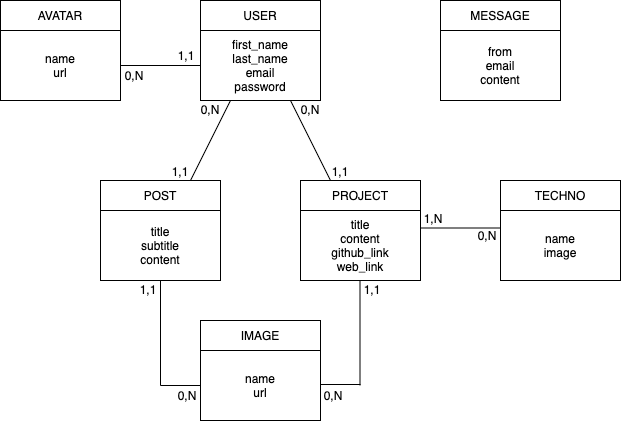
Above: api/docs/MCD.png in BenjaminChoron/fullstack-project (draw.io), before the change. Source tidied: cells renumbered, new cells last; positions are measured from the earlier drawing's top-left corner, leaving out a move shared by most shapes. The source it was exported from:
```xml
<mxGraphModel>
  <root>
    <mxCell id="0" />
    <mxCell id="1" parent="0" />
    <mxCell id="2" style="group;" parent="1" vertex="1">
      <mxGeometry x="200" width="120" height="100" as="geometry" />
    </mxCell>
    <mxCell id="3" value="USER" style="rounded=0;whiteSpace=wrap;html=1;" parent="2" vertex="1">
      <mxGeometry width="120" height="30" as="geometry" />
    </mxCell>
    <mxCell id="4" value="first_name&lt;br&gt;last_name&lt;br&gt;email&lt;br&gt;password" style="rounded=0;whiteSpace=wrap;html=1;" parent="2" vertex="1">
      <mxGeometry y="30" width="120" height="70" as="geometry" />
    </mxCell>
    <mxCell id="5" style="group;" parent="1" vertex="1">
      <mxGeometry x="100" y="180" width="120" height="100" as="geometry" />
    </mxCell>
    <mxCell id="6" value="POST" style="rounded=0;whiteSpace=wrap;html=1;" parent="5" vertex="1">
      <mxGeometry width="120" height="30" as="geometry" />
    </mxCell>
    <mxCell id="7" value="title&lt;br&gt;subtitle&lt;br&gt;content" style="rounded=0;whiteSpace=wrap;html=1;" parent="5" vertex="1">
      <mxGeometry y="30" width="120" height="70" as="geometry" />
    </mxCell>
    <mxCell id="8" style="group;" parent="1" vertex="1">
      <mxGeometry x="300" y="180" width="120" height="100" as="geometry" />
    </mxCell>
    <mxCell id="9" value="PROJECT" style="rounded=0;whiteSpace=wrap;html=1;" parent="8" vertex="1">
      <mxGeometry width="120" height="30" as="geometry" />
    </mxCell>
    <mxCell id="10" value="title&lt;br&gt;content&lt;br&gt;github_link&lt;br&gt;web_link" style="rounded=0;whiteSpace=wrap;html=1;" parent="8" vertex="1">
      <mxGeometry y="30" width="120" height="70" as="geometry" />
    </mxCell>
    <mxCell id="11" style="group;" parent="1" vertex="1">
      <mxGeometry x="500" y="180" width="120" height="100" as="geometry" />
    </mxCell>
    <mxCell id="12" value="TECHNO" style="rounded=0;whiteSpace=wrap;html=1;" parent="11" vertex="1">
      <mxGeometry width="120" height="30" as="geometry" />
    </mxCell>
    <mxCell id="13" value="name&lt;br&gt;image" style="rounded=0;whiteSpace=wrap;html=1;" parent="11" vertex="1">
      <mxGeometry y="30" width="120" height="70" as="geometry" />
    </mxCell>
    <mxCell id="14" style="group;" parent="1" vertex="1">
      <mxGeometry x="200" y="320" width="120" height="100" as="geometry" />
    </mxCell>
    <mxCell id="15" value="IMAGE" style="rounded=0;whiteSpace=wrap;html=1;" parent="14" vertex="1">
      <mxGeometry width="120" height="30" as="geometry" />
    </mxCell>
    <mxCell id="16" value="name&lt;br&gt;url" style="rounded=0;whiteSpace=wrap;html=1;" parent="14" vertex="1">
      <mxGeometry y="30" width="120" height="70" as="geometry" />
    </mxCell>
    <mxCell id="17" style="group;" parent="1" vertex="1">
      <mxGeometry width="120" height="100" as="geometry" />
    </mxCell>
    <mxCell id="18" value="AVATAR" style="rounded=0;whiteSpace=wrap;html=1;" parent="17" vertex="1">
      <mxGeometry width="120" height="30" as="geometry" />
    </mxCell>
    <mxCell id="19" value="name&lt;br&gt;url" style="rounded=0;whiteSpace=wrap;html=1;" parent="17" vertex="1">
      <mxGeometry y="30" width="120" height="70" as="geometry" />
    </mxCell>
    <mxCell id="20" style="group;" parent="1" vertex="1">
      <mxGeometry x="440" width="120" height="100" as="geometry" />
    </mxCell>
    <mxCell id="21" value="MESSAGE" style="rounded=0;whiteSpace=wrap;html=1;" parent="20" vertex="1">
      <mxGeometry width="120" height="30" as="geometry" />
    </mxCell>
    <mxCell id="22" value="from&lt;br&gt;email&lt;br&gt;content" style="rounded=0;whiteSpace=wrap;html=1;" parent="20" vertex="1">
      <mxGeometry y="30" width="120" height="70" as="geometry" />
    </mxCell>
    <mxCell id="23" style="endArrow=none;html=1;exitX=0.75;exitY=0;exitDx=0;exitDy=0;entryX=0.25;entryY=1;entryDx=0;entryDy=0;" parent="1" edge="1" source="6" target="4">
      <mxGeometry relative="1" as="geometry" />
    </mxCell>
    <mxCell id="24" style="endArrow=none;html=1;exitX=0.25;exitY=0;exitDx=0;exitDy=0;entryX=0.75;entryY=1;entryDx=0;entryDy=0;" parent="1" edge="1" source="9" target="4">
      <mxGeometry relative="1" as="geometry" />
    </mxCell>
    <mxCell id="25" style="endArrow=none;html=1;exitX=1;exitY=0.25;exitDx=0;exitDy=0;entryX=0;entryY=0.25;entryDx=0;entryDy=0;" parent="1" edge="1" source="10" target="13">
      <mxGeometry relative="1" as="geometry" />
    </mxCell>
    <mxCell id="26" style="endArrow=none;html=1;entryX=0.5;entryY=1;entryDx=0;entryDy=0;" parent="1" edge="1" target="7">
      <mxGeometry relative="1" as="geometry">
        <mxPoint x="160" y="385" as="sourcePoint" />
      </mxGeometry>
    </mxCell>
    <mxCell id="27" style="endArrow=none;html=1;entryX=0;entryY=0.5;entryDx=0;entryDy=0;" parent="1" edge="1" target="16">
      <mxGeometry relative="1" as="geometry">
        <mxPoint x="160" y="385" as="sourcePoint" />
      </mxGeometry>
    </mxCell>
    <mxCell id="28" style="endArrow=none;html=1;entryX=0.5;entryY=1;entryDx=0;entryDy=0;" parent="1" edge="1">
      <mxGeometry relative="1" as="geometry">
        <mxPoint x="359.5" y="385" as="sourcePoint" />
        <mxPoint x="359.5" y="280" as="targetPoint" />
      </mxGeometry>
    </mxCell>
    <mxCell id="29" style="endArrow=none;html=1;entryX=0;entryY=0.5;entryDx=0;entryDy=0;" parent="1" edge="1">
      <mxGeometry relative="1" as="geometry">
        <mxPoint x="320" y="384" as="sourcePoint" />
        <mxPoint x="360" y="384" as="targetPoint" />
      </mxGeometry>
    </mxCell>
    <mxCell id="30" style="endArrow=none;html=1;exitX=1;exitY=0.5;exitDx=0;exitDy=0;entryX=0;entryY=0.5;entryDx=0;entryDy=0;" parent="1" edge="1" source="19" target="4">
      <mxGeometry relative="1" as="geometry" />
    </mxCell>
    <mxCell id="31" value="1,1" style="text;html=1;strokeColor=none;fillColor=none;align=center;verticalAlign=middle;whiteSpace=wrap;rounded=0;" parent="1" vertex="1">
      <mxGeometry x="176" y="50" width="20" height="10" as="geometry" />
    </mxCell>
    <mxCell id="32" value="0,N" style="text;html=1;strokeColor=none;fillColor=none;align=center;verticalAlign=middle;whiteSpace=wrap;rounded=0;" parent="1" vertex="1">
      <mxGeometry x="124" y="70" width="20" height="10" as="geometry" />
    </mxCell>
    <mxCell id="33" value="0,N" style="text;html=1;strokeColor=none;fillColor=none;align=center;verticalAlign=middle;whiteSpace=wrap;rounded=0;" parent="1" vertex="1">
      <mxGeometry x="200" y="104" width="20" height="10" as="geometry" />
    </mxCell>
    <mxCell id="34" value="0,N" style="text;html=1;strokeColor=none;fillColor=none;align=center;verticalAlign=middle;whiteSpace=wrap;rounded=0;" parent="1" vertex="1">
      <mxGeometry x="300" y="104" width="20" height="10" as="geometry" />
    </mxCell>
    <mxCell id="35" value="1,1" style="text;html=1;strokeColor=none;fillColor=none;align=center;verticalAlign=middle;whiteSpace=wrap;rounded=0;" parent="1" vertex="1">
      <mxGeometry x="170" y="166" width="20" height="10" as="geometry" />
    </mxCell>
    <mxCell id="36" value="1,1" style="text;html=1;strokeColor=none;fillColor=none;align=center;verticalAlign=middle;whiteSpace=wrap;rounded=0;" parent="1" vertex="1">
      <mxGeometry x="330" y="166" width="20" height="10" as="geometry" />
    </mxCell>
    <mxCell id="37" value="1,1" style="text;html=1;strokeColor=none;fillColor=none;align=center;verticalAlign=middle;whiteSpace=wrap;rounded=0;" parent="1" vertex="1">
      <mxGeometry x="138" y="284" width="20" height="10" as="geometry" />
    </mxCell>
    <mxCell id="38" value="1,1" style="text;html=1;strokeColor=none;fillColor=none;align=center;verticalAlign=middle;whiteSpace=wrap;rounded=0;" parent="1" vertex="1">
      <mxGeometry x="362" y="284" width="20" height="10" as="geometry" />
    </mxCell>
    <mxCell id="39" value="0,N" style="text;html=1;strokeColor=none;fillColor=none;align=center;verticalAlign=middle;whiteSpace=wrap;rounded=0;" parent="1" vertex="1">
      <mxGeometry x="177" y="390" width="20" height="10" as="geometry" />
    </mxCell>
    <mxCell id="40" value="0,N" style="text;html=1;strokeColor=none;fillColor=none;align=center;verticalAlign=middle;whiteSpace=wrap;rounded=0;" parent="1" vertex="1">
      <mxGeometry x="323" y="390" width="20" height="10" as="geometry" />
    </mxCell>
    <mxCell id="41" value="1,N" style="text;html=1;strokeColor=none;fillColor=none;align=center;verticalAlign=middle;whiteSpace=wrap;rounded=0;" parent="1" vertex="1">
      <mxGeometry x="423" y="213" width="20" height="10" as="geometry" />
    </mxCell>
    <mxCell id="42" value="0,N" style="text;html=1;strokeColor=none;fillColor=none;align=center;verticalAlign=middle;whiteSpace=wrap;rounded=0;" parent="1" vertex="1">
      <mxGeometry x="477" y="230" width="20" height="10" as="geometry" />
    </mxCell>
  </root>
</mxGraphModel>
```
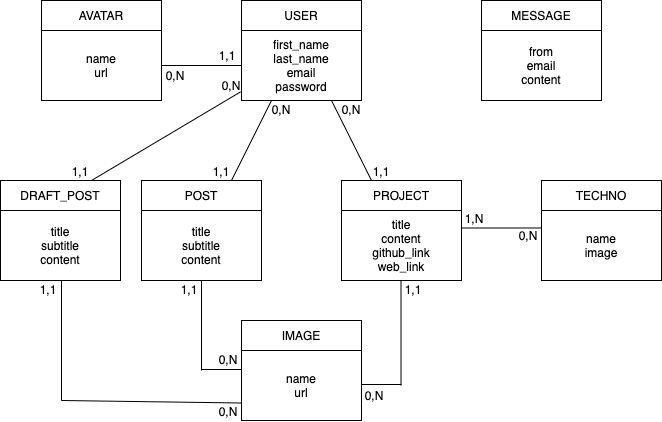
After the change.

Commit message:
update MCD and API readme

Diff of the diagram source:
```diff
@@ -76,12 +76,13 @@
     </mxCell>
     <mxCell id="26" style="endArrow=none;html=1;entryX=0.5;entryY=1;entryDx=0;entryDy=0;" parent="1" edge="1" target="7">
       <mxGeometry relative="1" as="geometry">
-        <mxPoint x="160" y="385" as="sourcePoint" />
+        <mxPoint x="160" y="370" as="sourcePoint" />
       </mxGeometry>
     </mxCell>
-    <mxCell id="27" style="endArrow=none;html=1;entryX=0;entryY=0.5;entryDx=0;entryDy=0;" parent="1" edge="1" target="16">
+    <mxCell id="27" style="endArrow=none;html=1;entryX=0;entryY=0.5;entryDx=0;entryDy=0;" parent="1" edge="1">
       <mxGeometry relative="1" as="geometry">
-        <mxPoint x="160" y="385" as="sourcePoint" />
+        <mxPoint x="160" y="369" as="sourcePoint" />
+        <mxPoint x="200" y="369" as="targetPoint" />
       </mxGeometry>
     </mxCell>
     <mxCell id="28" style="endArrow=none;html=1;entryX=0.5;entryY=1;entryDx=0;entryDy=0;" parent="1" edge="1">
@@ -106,7 +107,7 @@
       <mxGeometry x="124" y="70" width="20" height="10" as="geometry" />
     </mxCell>
     <mxCell id="33" value="0,N" style="text;html=1;strokeColor=none;fillColor=none;align=center;verticalAlign=middle;whiteSpace=wrap;rounded=0;" parent="1" vertex="1">
-      <mxGeometry x="200" y="104" width="20" height="10" as="geometry" />
+      <mxGeometry x="230" y="104" width="20" height="10" as="geometry" />
     </mxCell>
     <mxCell id="34" value="0,N" style="text;html=1;strokeColor=none;fillColor=none;align=center;verticalAlign=middle;whiteSpace=wrap;rounded=0;" parent="1" vertex="1">
       <mxGeometry x="300" y="104" width="20" height="10" as="geometry" />
@@ -124,7 +125,7 @@
       <mxGeometry x="362" y="284" width="20" height="10" as="geometry" />
     </mxCell>
     <mxCell id="39" value="0,N" style="text;html=1;strokeColor=none;fillColor=none;align=center;verticalAlign=middle;whiteSpace=wrap;rounded=0;" parent="1" vertex="1">
-      <mxGeometry x="177" y="390" width="20" height="10" as="geometry" />
+      <mxGeometry x="177" y="354" width="20" height="10" as="geometry" />
     </mxCell>
     <mxCell id="40" value="0,N" style="text;html=1;strokeColor=none;fillColor=none;align=center;verticalAlign=middle;whiteSpace=wrap;rounded=0;" parent="1" vertex="1">
       <mxGeometry x="323" y="390" width="20" height="10" as="geometry" />
@@ -135,5 +136,42 @@
     <mxCell id="42" value="0,N" style="text;html=1;strokeColor=none;fillColor=none;align=center;verticalAlign=middle;whiteSpace=wrap;rounded=0;" parent="1" vertex="1">
       <mxGeometry x="477" y="230" width="20" height="10" as="geometry" />
     </mxCell>
+    <mxCell id="43" style="group;" parent="1" vertex="1">
+      <mxGeometry x="-41" y="180" width="120" height="100" as="geometry" />
+    </mxCell>
+    <mxCell id="44" value="DRAFT_POST" style="rounded=0;whiteSpace=wrap;html=1;" parent="43" vertex="1">
+      <mxGeometry width="120" height="30" as="geometry" />
+    </mxCell>
+    <mxCell id="45" value="title&lt;br&gt;subtitle&lt;br&gt;content" style="rounded=0;whiteSpace=wrap;html=1;" parent="43" vertex="1">
+      <mxGeometry y="30" width="120" height="70" as="geometry" />
+    </mxCell>
+    <mxCell id="46" value="1,1" style="text;html=1;strokeColor=none;fillColor=none;align=center;verticalAlign=middle;whiteSpace=wrap;rounded=0;" parent="1" vertex="1">
+      <mxGeometry x="29" y="166" width="20" height="10" as="geometry" />
+    </mxCell>
+    <mxCell id="47" value="1,1" style="text;html=1;strokeColor=none;fillColor=none;align=center;verticalAlign=middle;whiteSpace=wrap;rounded=0;" parent="1" vertex="1">
+      <mxGeometry x="-3" y="284" width="20" height="10" as="geometry" />
+    </mxCell>
+    <mxCell id="48" style="endArrow=none;html=1;entryX=-0.008;entryY=0.877;entryDx=0;entryDy=0;entryPerimeter=0;" parent="1" edge="1" target="4">
+      <mxGeometry relative="1" as="geometry">
+        <mxPoint x="50" y="180" as="sourcePoint" />
+      </mxGeometry>
+    </mxCell>
+    <mxCell id="49" value="0,N" style="text;html=1;strokeColor=none;fillColor=none;align=center;verticalAlign=middle;whiteSpace=wrap;rounded=0;" parent="1" vertex="1">
+      <mxGeometry x="180" y="80" width="20" height="10" as="geometry" />
+    </mxCell>
+    <mxCell id="50" style="endArrow=none;html=1;" parent="1" edge="1">
+      <mxGeometry relative="1" as="geometry">
+        <mxPoint x="20" y="400" as="sourcePoint" />
+        <mxPoint x="20" y="280" as="targetPoint" />
+      </mxGeometry>
+    </mxCell>
+    <mxCell id="51" style="endArrow=none;html=1;entryX=0;entryY=0.75;entryDx=0;entryDy=0;" parent="1" edge="1" target="16">
+      <mxGeometry relative="1" as="geometry">
+        <mxPoint x="20" y="400" as="sourcePoint" />
+      </mxGeometry>
+    </mxCell>
+    <mxCell id="52" value="0,N" style="text;html=1;strokeColor=none;fillColor=none;align=center;verticalAlign=middle;whiteSpace=wrap;rounded=0;" parent="1" vertex="1">
+      <mxGeometry x="177" y="406" width="20" height="10" as="geometry" />
+    </mxCell>
   </root>
 </mxGraphModel>
```
